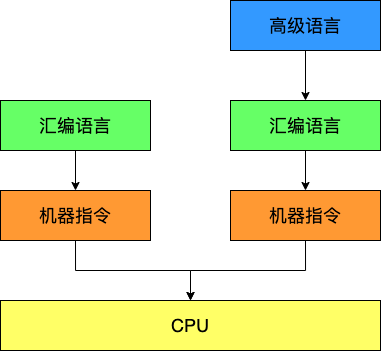
wangyonghong/jvm-notes keeps this draw.io diagram as song/pic/01_计算机如何执行程序.drawio.png. Above is the earlier version. Source tidied: cells renumbered, new cells last; positions are measured from the earlier drawing's top-left corner, leaving out a move shared by most shapes.
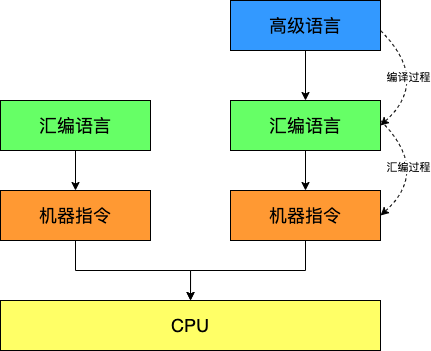
Above is the later version.

Change to the diagram source:
```diff
@@ -35,5 +35,28 @@
     <mxCell id="12" value="&lt;span style=&quot;font-size: 18px&quot;&gt;高级语言&lt;/span&gt;" style="rounded=0;whiteSpace=wrap;html=1;fillColor=#3399FF;" parent="1" vertex="1">
       <mxGeometry x="230" width="150" height="50" as="geometry" />
     </mxCell>
+    <mxCell id="13" style="endArrow=classic;html=1;dashed=1;entryX=1;entryY=0.5;entryDx=0;entryDy=0;curved=1;" parent="1" edge="1" target="10">
+      <mxGeometry relative="1" as="geometry">
+        <mxPoint x="380" y="30" as="sourcePoint" />
+        <Array as="points">
+          <mxPoint x="430" y="80" />
+        </Array>
+      </mxGeometry>
+    </mxCell>
+    <mxCell id="14" value="编译过程" style="edgeLabel;html=1;align=center;verticalAlign=middle;" parent="13" vertex="1">
+      <mxGeometry x="-0.23" y="-13" relative="1" as="geometry" />
+    </mxCell>
+    <mxCell id="15" style="endArrow=classic;html=1;dashed=1;entryX=1;entryY=0.5;entryDx=0;entryDy=0;curved=1;" parent="1" edge="1">
+      <mxGeometry relative="1" as="geometry">
+        <mxPoint x="380" y="120" as="sourcePoint" />
+        <mxPoint x="380" y="215" as="targetPoint" />
+        <Array as="points">
+          <mxPoint x="430" y="170" />
+        </Array>
+      </mxGeometry>
+    </mxCell>
+    <mxCell id="16" value="汇编过程" style="edgeLabel;html=1;align=center;verticalAlign=middle;" parent="15" vertex="1">
+      <mxGeometry x="-0.23" y="-13" relative="1" as="geometry" />
+    </mxCell>
   </root>
 </mxGraphModel>
```
